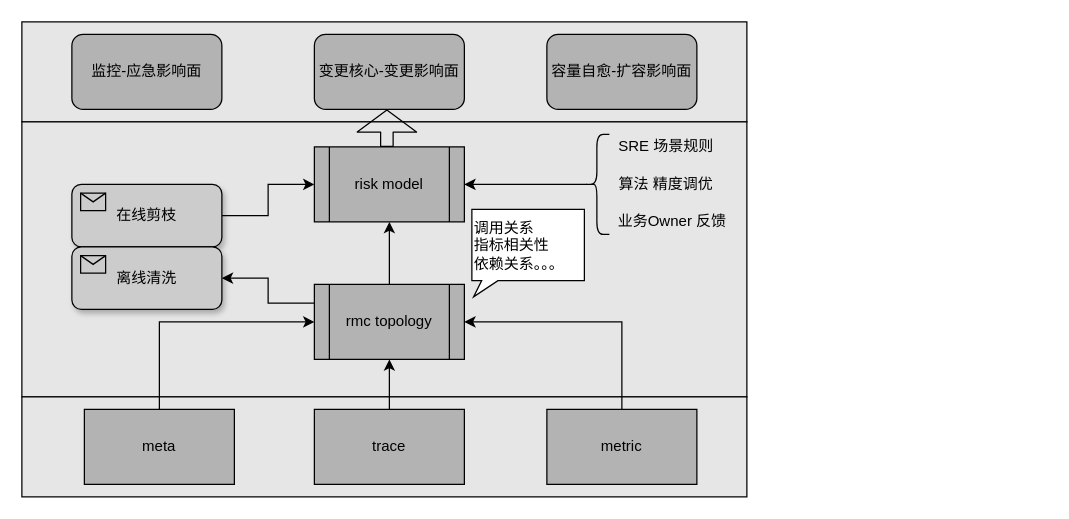
This is 蚂蚁金服/RMC/蚂蚁金服-RMC-[20200820]自动影响面业务架构.drawio from frankneu/draw.io, a draw.io file, before an edit. Source tidied: cells renumbered, new cells numbered last; positions are measured from the earlier drawing's top-left corner, leaving out a move shared by most shapes. Both pictures are drawn from the tidied source at 125%, with x=0, y=0 at pixel (21, 21).
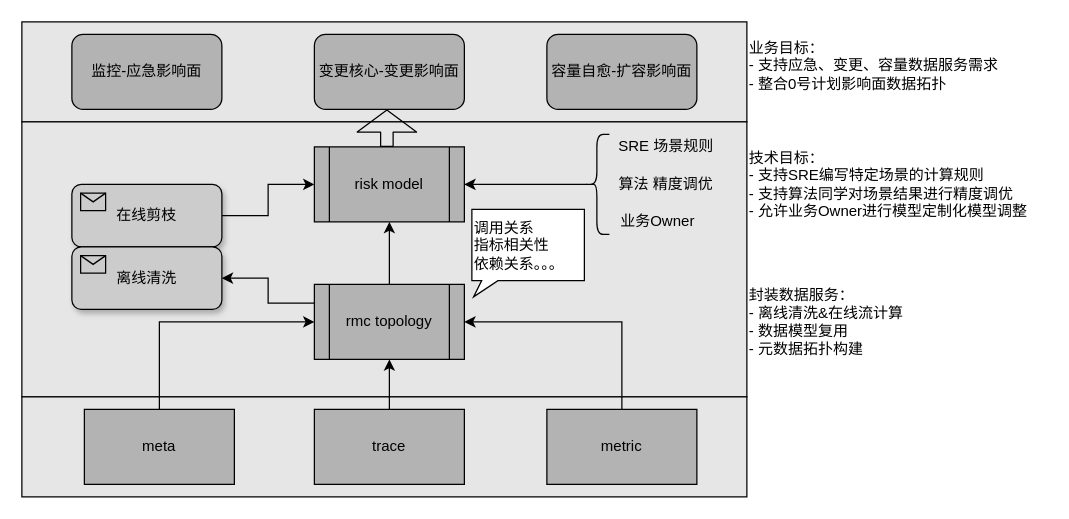
After the change.

Commit message (it also covers changes not shown here):
Update 蚂蚁金服-RMC-[20200820]自动影响面业务架构.drawio

Change to the diagram source:
```diff
@@
-    <mxCell id="20" value="业务Owner 反馈" style="text;html=1;align=center;verticalAlign=middle;" parent="1" vertex="1">
-      <mxGeometry x="470" y="150" width="100" height="20" as="geometry" />
+    <mxCell id="20" value="业务Owner&amp;nbsp;" style="text;html=1;align=center;verticalAlign=middle;" parent="1" vertex="1">
+      <mxGeometry x="470" y="150" width="80" height="20" as="geometry" />
     </mxCell>
@@
+    <mxCell id="30" value="业务目标：&lt;br&gt;- 支持应急、变更、容量数据服务需求&lt;br&gt;- 整合0号计划影响面数据拓扑" style="text;html=1;align=left;verticalAlign=middle;" parent="1" vertex="1">
+      <mxGeometry x="580" y="10" width="210" height="50" as="geometry" />
+    </mxCell>
+    <mxCell id="31" value="技术目标：&lt;br&gt;- 支持SRE编写特定场景的计算规则&lt;br&gt;- 支持算法同学对场景结果进行精度调优&lt;br&gt;- 允许业务Owner进行模型定制化模型调整" style="text;html=1;align=left;verticalAlign=middle;" parent="1" vertex="1">
+      <mxGeometry x="580" y="100" width="240" height="60" as="geometry" />
+    </mxCell>
+    <mxCell id="32" value="封装数据服务：&lt;br&gt;- 离线清洗&amp;amp;在线流计算&lt;br&gt;- 数据模型复用&lt;br&gt;- 元数据拓扑构建" style="text;html=1;align=left;verticalAlign=middle;" parent="1" vertex="1">
+      <mxGeometry x="580" y="210" width="140" height="60" as="geometry" />
+    </mxCell>
```
